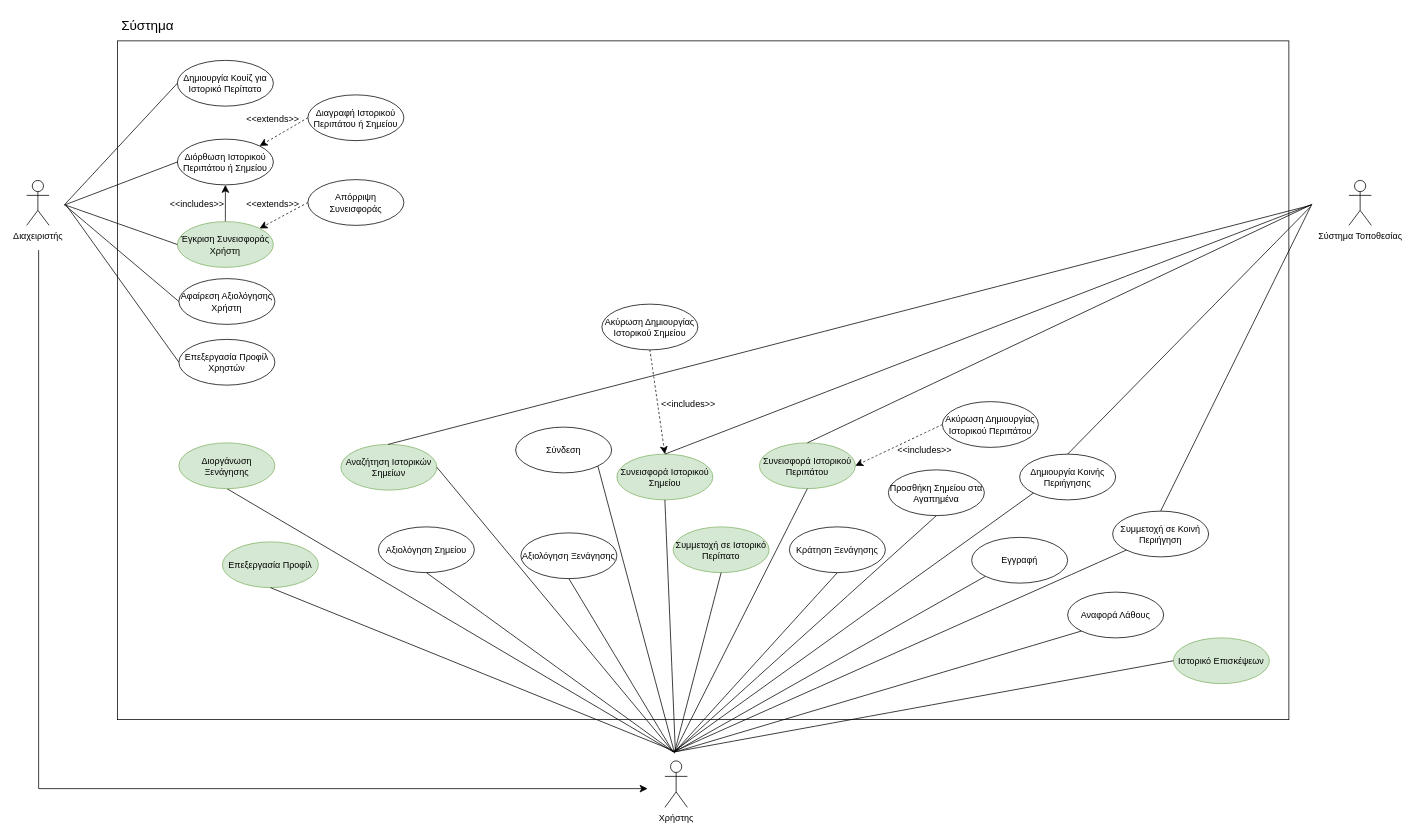
Nektar24/software-engineering keeps this draw.io diagram as NOTES/Use Case Diagram.drawio. Above is the earlier version. Source tidied: cells renumbered, new cells numbered last; positions are measured from the earlier drawing's top-left corner, leaving out a move shared by most shapes. Both pictures are drawn from the tidied source at 75%, with x=0, y=0 at pixel (26, 13).
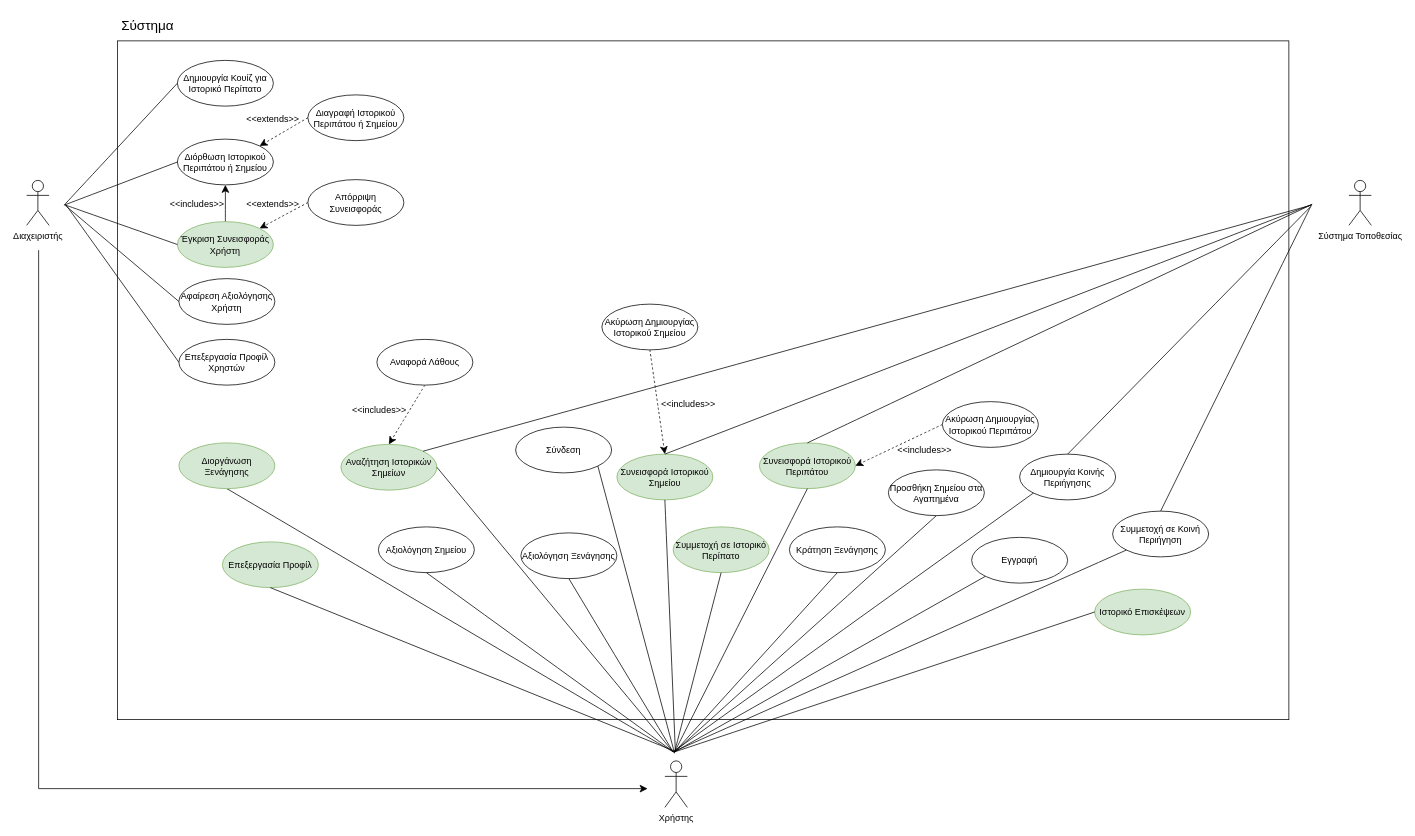
After the change.

Commit message (it also covers changes not shown here):
corrected use case diagram

The change refers to these unchanged cells:
```xml
<mxCell id="27" value="Αναζήτηση Ιστορικών Σημείων" style="ellipse;whiteSpace=wrap;html=1;fillColor=#d5e8d4;strokeColor=#82b366;" parent="1" vertex="1">
  <mxGeometry x="419" y="575" width="128" height="61" as="geometry" />
</mxCell>
```

What changed in the source:
```diff
@@
-    <mxCell id="40" value="Αναφορά Λάθους" style="ellipse;whiteSpace=wrap;html=1;" parent="1" vertex="1">
-      <mxGeometry x="1388" y="772" width="128" height="61" as="geometry" />
-    </mxCell>
@@
     <mxCell id="44" value="Ιστορικό Επισκέψεων" style="ellipse;whiteSpace=wrap;html=1;fillColor=#d5e8d4;strokeColor=#82b366;" parent="1" vertex="1">
-      <mxGeometry x="1529" y="833" width="128" height="61" as="geometry" />
+      <mxGeometry x="1424" y="768" width="128" height="61" as="geometry" />
     </mxCell>
@@
-    <mxCell id="57" style="endArrow=none;html=1;rounded=0;fontSize=12;startSize=8;endSize=8;curved=1;entryX=0;entryY=1;entryDx=0;entryDy=0;" parent="1" edge="1" target="40">
-      <mxGeometry relative="1" as="geometry">
-        <mxPoint x="865" y="985" as="sourcePoint" />
-      </mxGeometry>
-    </mxCell>
@@
-    <mxCell id="60" style="endArrow=none;html=1;rounded=0;fontSize=12;startSize=8;endSize=8;curved=1;exitX=0.492;exitY=0;exitDx=0;exitDy=0;exitPerimeter=0;" parent="1" edge="1" source="27">
+    <mxCell id="60" style="endArrow=none;html=1;rounded=0;fontSize=12;startSize=8;endSize=8;curved=1;exitX=1;exitY=0;exitDx=0;exitDy=0;" parent="1" edge="1" source="27">
       <mxGeometry relative="1" as="geometry">
         <mxPoint x="1713" y="256" as="targetPoint" />
       </mxGeometry>
     </mxCell>
@@
+    <mxCell id="69" style="edgeStyle=none;curved=1;rounded=0;jettySize=auto;html=1;exitX=0.5;exitY=1;exitDx=0;exitDy=0;entryX=0.5;entryY=0;entryDx=0;entryDy=0;fontSize=12;startSize=8;endSize=8;dashed=1;" parent="1" edge="1" source="40" target="27">
+      <mxGeometry relative="1" as="geometry" />
+    </mxCell>
+    <mxCell id="40" value="Αναφορά Λάθους" style="ellipse;whiteSpace=wrap;html=1;" parent="1" vertex="1">
+      <mxGeometry x="467" y="435" width="128" height="61" as="geometry" />
+    </mxCell>
+    <mxCell id="70" value="&lt;font style=&quot;font-size: 12px;&quot;&gt;&amp;lt;&amp;lt;&lt;font style=&quot;font-size: 12px;&quot;&gt;includes&amp;gt;&amp;gt;&lt;/font&gt;&lt;/font&gt;" style="text;html=1;align=center;verticalAlign=middle;strokeColor=none;fillColor=none;fontSize=16;" parent="1" vertex="1">
+      <mxGeometry x="425" y="511" width="90" height="31" as="geometry" />
+    </mxCell>
```
